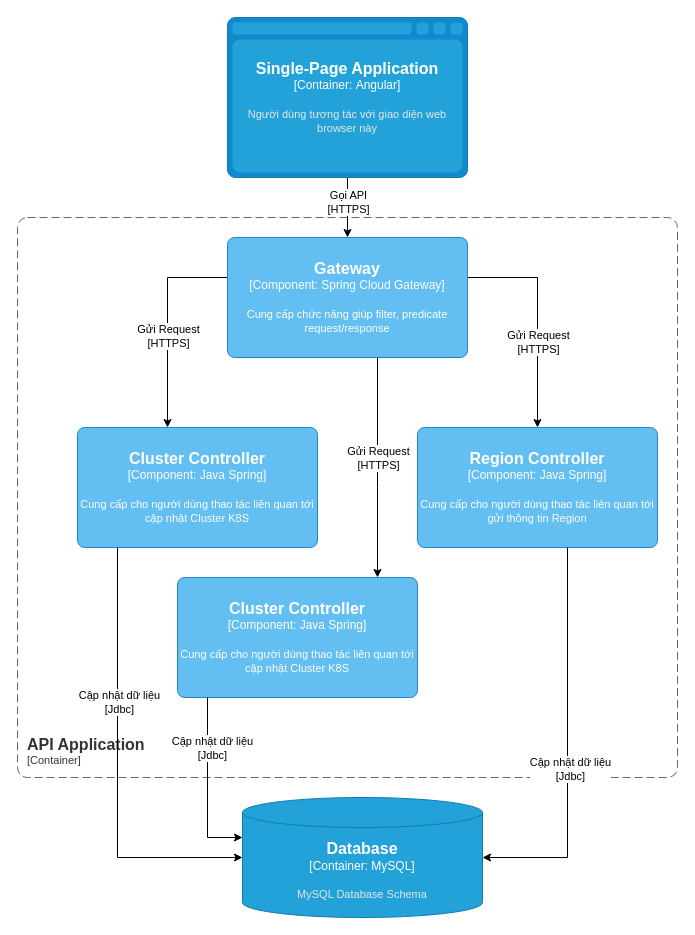
Before: IDG-Portal lv3 Infra API.drawio in dangngocsoncntt/draw.io, a draw.io diagram. Source tidied: cells renumbered, new cells numbered last; positions are measured from the earlier drawing's top-left corner, leaving out a move shared by most shapes. Both pictures are drawn from the tidied source at 100%, with x=0, y=0 at pixel (17, 17).
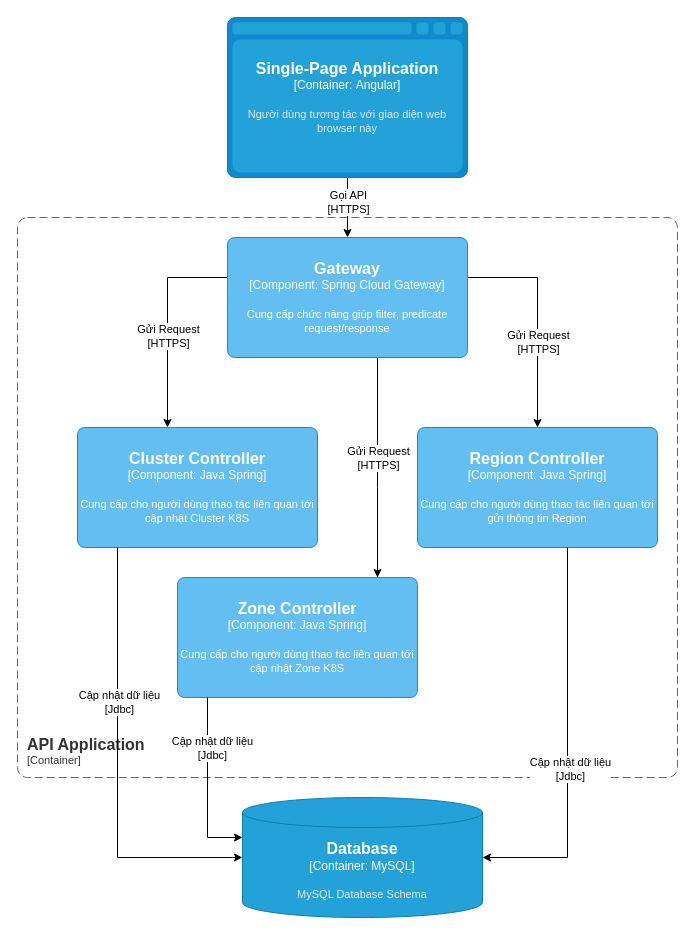
The same page after the edit.

Change to the diagram source:
```diff
@@
-    <object id="16" label="&lt;font style=&quot;font-size: 16px&quot;&gt;&lt;b&gt;%c4Name%&lt;/b&gt;&lt;/font&gt;&lt;div&gt;[%c4Type%: %c4Technology%]&lt;/div&gt;&lt;br&gt;&lt;div&gt;&lt;font style=&quot;font-size: 11px&quot;&gt;%c4Description%&lt;/font&gt;&lt;/div&gt;" c4Description="Cung cấp cho người dùng thao tác liên quan tới cập nhật Cluster K8S" c4Name="Cluster Controller" c4Technology="Java Spring" c4Type="Component" placeholders="1">
+    <object id="16" label="&lt;font style=&quot;font-size: 16px&quot;&gt;&lt;b&gt;%c4Name%&lt;/b&gt;&lt;/font&gt;&lt;div&gt;[%c4Type%: %c4Technology%]&lt;/div&gt;&lt;br&gt;&lt;div&gt;&lt;font style=&quot;font-size: 11px&quot;&gt;%c4Description%&lt;/font&gt;&lt;/div&gt;" c4Description="Cung cấp cho người dùng thao tác liên quan tới cập nhật Zone K8S" c4Name="Zone Controller" c4Technology="Java Spring" c4Type="Component" placeholders="1">
       <mxCell style="rounded=1;whiteSpace=wrap;html=1;labelBackgroundColor=none;fillColor=#63BEF2;fontColor=#ffffff;align=center;arcSize=6;strokeColor=#2086C9;points=[[0.25,0,0],[0.5,0,0],[0.75,0,0],[1,0.25,0],[1,0.5,0],[1,0.75,0],[0.75,1,0],[0.5,1,0],[0.25,1,0],[0,0.75,0],[0,0.5,0],[0,0.25,0]];" parent="1" vertex="1">
         <mxGeometry x="160" y="560" width="240" height="120" as="geometry" />
       </mxCell>
     </object>
```
